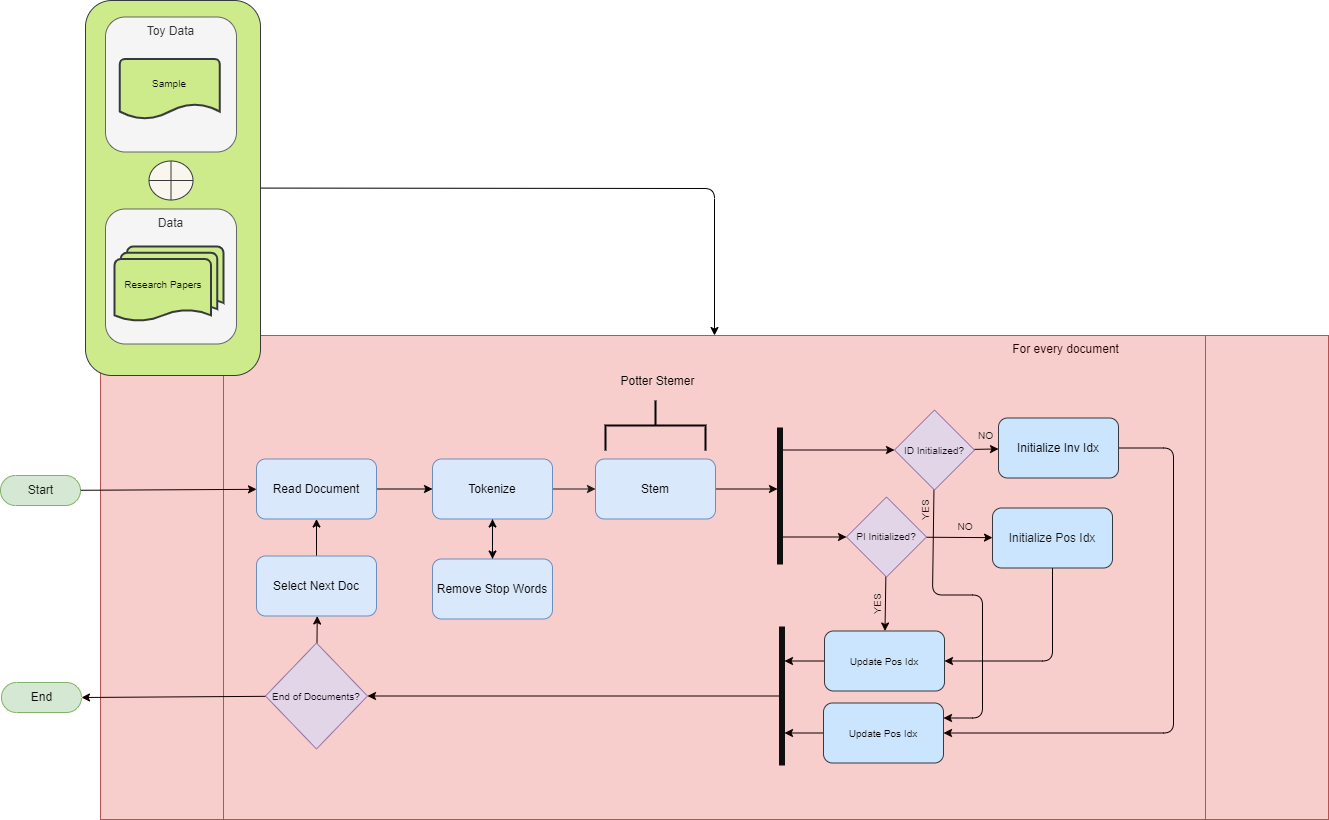
Earlier version of the draw.io export flows/data_flow-3.png (Ashad001/IR-Indexing). Source tidied: cells renumbered, new cells last; positions are measured from the earlier drawing's top-left corner, leaving out a move shared by most shapes. Source of this version:
```xml
<mxGraphModel background="#ffffff">
  <root>
    <mxCell id="0" />
    <mxCell id="1" parent="0" />
    <mxCell id="2" value="Start" style="html=1;dashed=0;whitespace=wrap;shape=mxgraph.dfd.start;fillColor=#d5e8d4;strokeColor=#82b366;fontColor=#121212;" parent="1" vertex="1">
      <mxGeometry y="475" width="80" height="30" as="geometry" />
    </mxCell>
    <mxCell id="3" value="&amp;nbsp; &amp;nbsp; &amp;nbsp; &amp;nbsp; &amp;nbsp; &amp;nbsp; &amp;nbsp; &amp;nbsp; &amp;nbsp; &amp;nbsp; &amp;nbsp; &amp;nbsp; &amp;nbsp; &amp;nbsp; &amp;nbsp; &amp;nbsp; &amp;nbsp; &amp;nbsp; &amp;nbsp; &amp;nbsp; &amp;nbsp; &amp;nbsp; &amp;nbsp; &amp;nbsp; &amp;nbsp; &amp;nbsp; &amp;nbsp; &amp;nbsp; &amp;nbsp; &amp;nbsp; &amp;nbsp; &amp;nbsp; &amp;nbsp; &amp;nbsp; &amp;nbsp; &amp;nbsp; &amp;nbsp; &amp;nbsp; &amp;nbsp; &amp;nbsp; &amp;nbsp; &amp;nbsp; &amp;nbsp; &amp;nbsp; &amp;nbsp; &amp;nbsp; &amp;nbsp; &amp;nbsp; &amp;nbsp; &amp;nbsp; &amp;nbsp; &amp;nbsp; &amp;nbsp; &amp;nbsp; &amp;nbsp; &amp;nbsp; &amp;nbsp; &amp;nbsp; &amp;nbsp; &amp;nbsp; &amp;nbsp; &amp;nbsp; &amp;nbsp; &amp;nbsp; &amp;nbsp; &amp;nbsp; &amp;nbsp; &amp;nbsp; &amp;nbsp; &amp;nbsp; &amp;nbsp; &amp;nbsp; &amp;nbsp; &amp;nbsp; &amp;nbsp; &amp;nbsp; &amp;nbsp; &amp;nbsp; &amp;nbsp; &amp;nbsp; &amp;nbsp; &amp;nbsp; &amp;nbsp; &amp;nbsp; &amp;nbsp; &amp;nbsp; &amp;nbsp; &amp;nbsp; &amp;nbsp; &amp;nbsp; &amp;nbsp; &amp;nbsp; &amp;nbsp; &amp;nbsp; &amp;nbsp; &amp;nbsp; &amp;nbsp; &amp;nbsp; &amp;nbsp; &amp;nbsp; &amp;nbsp; &amp;nbsp; &amp;nbsp; &amp;nbsp; &amp;nbsp; For every document" style="shape=process;whiteSpace=wrap;html=1;backgroundOutline=1;fillColor=#f8cecc;strokeColor=#b85450;verticalAlign=top;fontColor=#230101;" parent="1" vertex="1">
      <mxGeometry x="100" y="335" width="1228" height="484" as="geometry" />
    </mxCell>
    <mxCell id="4" style="edgeStyle=none;html=1;strokeColor=#000000;fontColor=#000000;" parent="1" edge="1" source="5" target="3">
      <mxGeometry relative="1" as="geometry">
        <Array as="points">
          <mxPoint x="714" y="188" />
        </Array>
      </mxGeometry>
    </mxCell>
    <mxCell id="5" style="rounded=1;whiteSpace=wrap;html=1;labelBorderColor=none;strokeColor=#36393d;fontSize=10;fillColor=#cdeb8b;" parent="1" vertex="1">
      <mxGeometry x="85" width="175" height="375" as="geometry" />
    </mxCell>
    <mxCell id="6" style="edgeStyle=none;html=1;strokeColor=#0f0000;fontColor=#230101;exitX=1;exitY=0.5;exitDx=0;exitDy=0;" parent="1" edge="1" source="47" target="14">
      <mxGeometry relative="1" as="geometry" />
    </mxCell>
    <mxCell id="7" style="edgeStyle=none;html=1;strokeColor=#000000;" parent="1" edge="1" source="8" target="46">
      <mxGeometry relative="1" as="geometry" />
    </mxCell>
    <mxCell id="8" value="Read Document" style="rounded=1;whiteSpace=wrap;html=1;fillColor=#dae8fc;strokeColor=#6c8ebf;fontColor=#000000;labelBorderColor=none;" parent="1" vertex="1">
      <mxGeometry x="256" y="458.5" width="120" height="60" as="geometry" />
    </mxCell>
    <mxCell id="9" value="Data" style="rounded=1;whiteSpace=wrap;html=1;fillColor=#f5f5f5;strokeColor=#666666;fontColor=#333333;verticalAlign=top;" parent="1" vertex="1">
      <mxGeometry x="105" y="208.5" width="131" height="135" as="geometry" />
    </mxCell>
    <mxCell id="10" style="edgeStyle=none;html=1;strokeColor=#0f0000;fontColor=#130101;" parent="1" edge="1" source="2" target="8">
      <mxGeometry relative="1" as="geometry" />
    </mxCell>
    <mxCell id="11" value="Toy Data" style="rounded=1;whiteSpace=wrap;html=1;fillColor=#f5f5f5;strokeColor=#666666;fontColor=#333333;verticalAlign=top;" parent="1" vertex="1">
      <mxGeometry x="105" y="16.5" width="131" height="135" as="geometry" />
    </mxCell>
    <mxCell id="12" style="edgeStyle=none;html=1;strokeColor=#0f0000;fontColor=#230101;entryX=0;entryY=0.5;entryDx=0;entryDy=0;" parent="1" edge="1" source="14" target="17">
      <mxGeometry relative="1" as="geometry" />
    </mxCell>
    <mxCell id="13" style="edgeStyle=none;html=1;entryX=0;entryY=0.5;entryDx=0;entryDy=0;strokeColor=#0f0000;fontSize=10;fontColor=#080808;" parent="1" edge="1" source="14" target="20">
      <mxGeometry relative="1" as="geometry" />
    </mxCell>
    <mxCell id="14" style="html=1;points=[];perimeter=orthogonalPerimeter;fillColor=strokeColor;fontColor=#230101;strokeColor=#100f0f;" parent="1" vertex="1">
      <mxGeometry x="777" y="427.5" width="5" height="136" as="geometry" />
    </mxCell>
    <mxCell id="15" style="edgeStyle=none;html=1;strokeColor=#0f0000;fontSize=10;fontColor=#0a0a0a;" parent="1" edge="1" source="17" target="24">
      <mxGeometry relative="1" as="geometry" />
    </mxCell>
    <mxCell id="16" style="edgeStyle=none;html=1;entryX=1;entryY=0.25;entryDx=0;entryDy=0;strokeColor=#0f0000;fontSize=10;fontColor=#080808;" parent="1" edge="1" source="17" target="31">
      <mxGeometry relative="1" as="geometry">
        <Array as="points">
          <mxPoint x="932" y="594.5" />
          <mxPoint x="982" y="594.5" />
          <mxPoint x="982" y="717.5" />
        </Array>
      </mxGeometry>
    </mxCell>
    <mxCell id="17" value="&lt;font style=&quot;font-size: 10px;&quot;&gt;ID Initialized?&lt;/font&gt;" style="rhombus;whiteSpace=wrap;html=1;fillColor=#e1d5e7;strokeColor=#9673a6;fontColor=#100f0f;" parent="1" vertex="1">
      <mxGeometry x="894" y="409.5" width="80" height="80" as="geometry" />
    </mxCell>
    <mxCell id="18" style="edgeStyle=none;html=1;strokeColor=#0f0000;fontSize=10;fontColor=#151414;" parent="1" edge="1" source="20" target="26">
      <mxGeometry relative="1" as="geometry" />
    </mxCell>
    <mxCell id="19" style="edgeStyle=none;html=1;strokeColor=#0f0000;fontSize=10;fontColor=#080808;" parent="1" edge="1" source="20" target="29">
      <mxGeometry relative="1" as="geometry" />
    </mxCell>
    <mxCell id="20" value="&lt;font style=&quot;font-size: 10px;&quot;&gt;PI Initialized?&lt;/font&gt;" style="rhombus;whiteSpace=wrap;html=1;fillColor=#e1d5e7;strokeColor=#9673a6;fontColor=#100f0f;" parent="1" vertex="1">
      <mxGeometry x="846" y="496.5" width="80" height="80" as="geometry" />
    </mxCell>
    <mxCell id="21" value="&amp;nbsp; &amp;nbsp;Research Papers" style="strokeWidth=2;html=1;shape=mxgraph.flowchart.multi-document;whiteSpace=wrap;strokeColor=#36393d;fontSize=10;fillColor=#cdeb8b;fontColor=#080707;align=left;" parent="1" vertex="1">
      <mxGeometry x="114" y="246" width="109" height="75.5" as="geometry" />
    </mxCell>
    <mxCell id="22" value="&lt;br&gt;Sample" style="strokeWidth=2;html=1;shape=mxgraph.flowchart.document2;whiteSpace=wrap;size=0.25;strokeColor=#36393d;fontSize=10;fillColor=#cdeb8b;fontColor=#0a0a0a;verticalAlign=top;" parent="1" vertex="1">
      <mxGeometry x="119.2" y="58.5" width="100" height="60" as="geometry" />
    </mxCell>
    <mxCell id="23" style="edgeStyle=none;html=1;entryX=1;entryY=0.5;entryDx=0;entryDy=0;strokeColor=#0f0000;fontSize=10;fontColor=#080808;" parent="1" edge="1" source="24" target="31">
      <mxGeometry relative="1" as="geometry">
        <Array as="points">
          <mxPoint x="1173" y="447.5" />
          <mxPoint x="1173" y="732.5" />
        </Array>
      </mxGeometry>
    </mxCell>
    <mxCell id="24" value="Initialize Inv Idx" style="rounded=1;whiteSpace=wrap;html=1;fillColor=#cce5ff;strokeColor=#36393d;fontColor=#000000;" parent="1" vertex="1">
      <mxGeometry x="998" y="417.5" width="120" height="60" as="geometry" />
    </mxCell>
    <mxCell id="25" style="edgeStyle=none;html=1;entryX=1;entryY=0.5;entryDx=0;entryDy=0;strokeColor=#0f0000;fontSize=10;fontColor=#080808;" parent="1" edge="1" source="26" target="29">
      <mxGeometry relative="1" as="geometry">
        <Array as="points">
          <mxPoint x="1052" y="660.5" />
        </Array>
      </mxGeometry>
    </mxCell>
    <mxCell id="26" value="Initialize Pos Idx" style="rounded=1;whiteSpace=wrap;html=1;fillColor=#cce5ff;strokeColor=#36393d;fontColor=#151414;" parent="1" vertex="1">
      <mxGeometry x="992" y="507.5" width="120" height="60" as="geometry" />
    </mxCell>
    <mxCell id="27" value="NO" style="text;html=1;strokeColor=none;fillColor=none;align=center;verticalAlign=middle;whiteSpace=wrap;rounded=0;labelBorderColor=none;fontSize=10;fontColor=#151414;" parent="1" vertex="1">
      <mxGeometry x="967" y="419.5" width="37" height="31" as="geometry" />
    </mxCell>
    <mxCell id="28" style="edgeStyle=none;html=1;strokeColor=#0f0000;fontSize=10;fontColor=#080808;" parent="1" edge="1" source="29" target="36">
      <mxGeometry relative="1" as="geometry" />
    </mxCell>
    <mxCell id="29" value="Update Pos Idx" style="rounded=1;whiteSpace=wrap;html=1;labelBorderColor=none;strokeColor=#36393d;fontSize=10;fillColor=#cce5ff;fontColor=#080808;" parent="1" vertex="1">
      <mxGeometry x="824" y="630.5" width="120" height="60" as="geometry" />
    </mxCell>
    <mxCell id="30" style="edgeStyle=none;html=1;strokeColor=#0f0000;fontSize=10;fontColor=#080808;" parent="1" edge="1" source="31" target="36">
      <mxGeometry relative="1" as="geometry" />
    </mxCell>
    <mxCell id="31" value="Update Pos Idx" style="rounded=1;whiteSpace=wrap;html=1;labelBorderColor=none;strokeColor=#36393d;fontSize=10;fillColor=#cce5ff;fontColor=#080808;" parent="1" vertex="1">
      <mxGeometry x="823" y="702.5" width="120" height="60" as="geometry" />
    </mxCell>
    <mxCell id="32" value="NO" style="text;html=1;strokeColor=none;fillColor=none;align=center;verticalAlign=middle;whiteSpace=wrap;rounded=0;labelBorderColor=none;fontSize=10;fontColor=#151414;" parent="1" vertex="1">
      <mxGeometry x="935" y="510.5" width="60" height="30" as="geometry" />
    </mxCell>
    <mxCell id="33" value="YES" style="text;html=1;strokeColor=none;fillColor=none;align=center;verticalAlign=middle;whiteSpace=wrap;rounded=0;labelBorderColor=none;fontSize=10;fontColor=#151414;horizontal=0;" parent="1" vertex="1">
      <mxGeometry x="894" y="494.5" width="60" height="30" as="geometry" />
    </mxCell>
    <mxCell id="34" value="YES" style="text;html=1;strokeColor=none;fillColor=none;align=center;verticalAlign=middle;whiteSpace=wrap;rounded=0;labelBorderColor=none;fontSize=10;fontColor=#151414;horizontal=0;" parent="1" vertex="1">
      <mxGeometry x="846" y="588.5" width="60" height="30" as="geometry" />
    </mxCell>
    <mxCell id="35" style="edgeStyle=none;html=1;strokeColor=#0f0000;fontSize=10;fontColor=#080808;" parent="1" edge="1" source="36" target="41">
      <mxGeometry relative="1" as="geometry" />
    </mxCell>
    <mxCell id="36" style="html=1;points=[];perimeter=orthogonalPerimeter;fillColor=strokeColor;fontColor=#230101;strokeColor=#100f0f;" parent="1" vertex="1">
      <mxGeometry x="779" y="626.5" width="5" height="138" as="geometry" />
    </mxCell>
    <mxCell id="37" style="verticalLabelPosition=bottom;verticalAlign=top;html=1;shape=mxgraph.flowchart.summing_function;labelBorderColor=none;strokeColor=#36393d;fontSize=10;fillColor=#f9f7ed;" parent="1" vertex="1">
      <mxGeometry x="148.5" y="160.5" width="44" height="39" as="geometry" />
    </mxCell>
    <mxCell id="38" value="End" style="html=1;dashed=0;whitespace=wrap;shape=mxgraph.dfd.start;fillColor=#d5e8d4;strokeColor=#82b366;fontColor=#080808;" parent="1" vertex="1">
      <mxGeometry x="1" y="682" width="80" height="30" as="geometry" />
    </mxCell>
    <mxCell id="39" style="edgeStyle=none;html=1;strokeColor=#0f0000;fontSize=10;fontColor=#080808;" parent="1" edge="1" source="41">
      <mxGeometry relative="1" as="geometry">
        <mxPoint x="316.7" y="615.5" as="targetPoint" />
      </mxGeometry>
    </mxCell>
    <mxCell id="40" style="edgeStyle=none;html=1;entryX=1;entryY=0.5;entryDx=0;entryDy=0;entryPerimeter=0;strokeColor=#0f0000;fontSize=10;fontColor=#080808;" parent="1" edge="1" source="41" target="38">
      <mxGeometry relative="1" as="geometry" />
    </mxCell>
    <mxCell id="41" value="&lt;font style=&quot;font-size: 10px;&quot;&gt;End of Documents?&lt;/font&gt;" style="rhombus;whiteSpace=wrap;html=1;fillColor=#e1d5e7;strokeColor=#9673a6;fontColor=#100f0f;" parent="1" vertex="1">
      <mxGeometry x="265" y="642.5" width="102" height="106" as="geometry" />
    </mxCell>
    <mxCell id="42" style="edgeStyle=none;html=1;strokeColor=#0f0000;fontSize=10;fontColor=#080808;" parent="1" edge="1" source="43" target="8">
      <mxGeometry relative="1" as="geometry" />
    </mxCell>
    <mxCell id="43" value="Select Next Doc" style="rounded=1;whiteSpace=wrap;html=1;fillColor=#dae8fc;strokeColor=#6c8ebf;fontColor=#000000;labelBorderColor=none;" parent="1" vertex="1">
      <mxGeometry x="256" y="555.5" width="120" height="60" as="geometry" />
    </mxCell>
    <mxCell id="44" style="edgeStyle=none;html=1;strokeColor=#1d1b1b;" parent="1" edge="1" source="46" target="47">
      <mxGeometry relative="1" as="geometry" />
    </mxCell>
    <mxCell id="45" style="edgeStyle=none;html=1;strokeColor=#000000;" parent="1" edge="1" source="46" target="49">
      <mxGeometry relative="1" as="geometry" />
    </mxCell>
    <mxCell id="46" value="Tokenize" style="whiteSpace=wrap;html=1;fillColor=#dae8fc;strokeColor=#6c8ebf;fontColor=#000000;rounded=1;labelBorderColor=none;" parent="1" vertex="1">
      <mxGeometry x="432" y="458.5" width="120" height="60" as="geometry" />
    </mxCell>
    <mxCell id="47" value="Stem" style="whiteSpace=wrap;html=1;fillColor=#dae8fc;strokeColor=#6c8ebf;fontColor=#000000;rounded=1;labelBorderColor=none;" parent="1" vertex="1">
      <mxGeometry x="595" y="458.5" width="120" height="60" as="geometry" />
    </mxCell>
    <mxCell id="48" style="edgeStyle=none;html=1;strokeColor=#000000;" parent="1" edge="1" source="49" target="46">
      <mxGeometry relative="1" as="geometry" />
    </mxCell>
    <mxCell id="49" value="Remove Stop Words" style="whiteSpace=wrap;html=1;fillColor=#dae8fc;strokeColor=#6c8ebf;fontColor=#000000;rounded=1;labelBorderColor=none;" parent="1" vertex="1">
      <mxGeometry x="432" y="558.5" width="120" height="60" as="geometry" />
    </mxCell>
    <mxCell id="50" style="strokeWidth=2;html=1;shape=mxgraph.flowchart.annotation_2;align=left;labelPosition=right;strokeColor=#000000;rotation=90;" parent="1" vertex="1">
      <mxGeometry x="630" y="375" width="50" height="100" as="geometry" />
    </mxCell>
    <mxCell id="51" value="Potter Stemer" style="text;html=1;strokeColor=none;fillColor=none;align=center;verticalAlign=middle;whiteSpace=wrap;rounded=0;fontColor=#000000;" parent="1" vertex="1">
      <mxGeometry x="608" y="368" width="99" height="25" as="geometry" />
    </mxCell>
  </root>
</mxGraphModel>
```
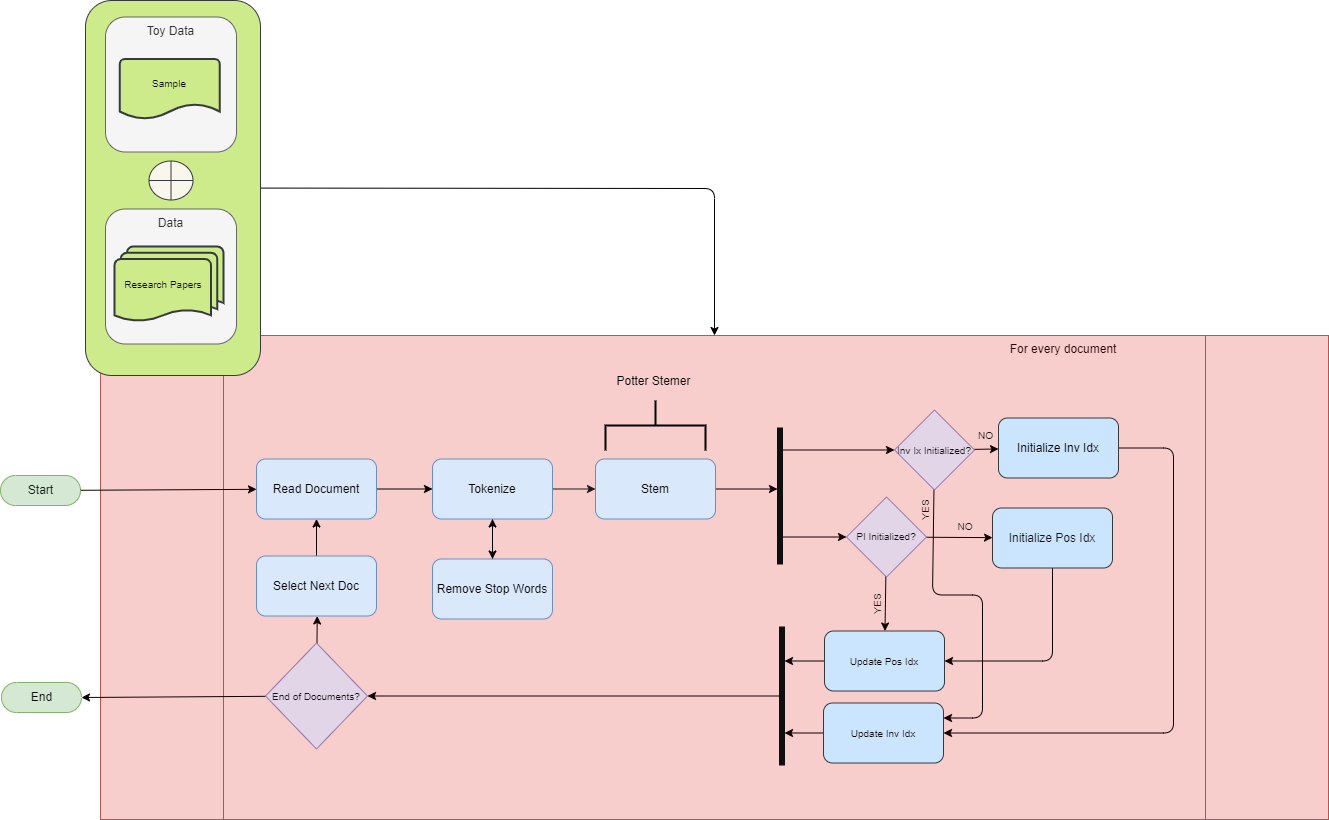
Above is the later version.

Change to the diagram source:
```diff
@@ -57,7 +57,7 @@
         </Array>
       </mxGeometry>
     </mxCell>
-    <mxCell id="17" value="&lt;font style=&quot;font-size: 10px;&quot;&gt;ID Initialized?&lt;/font&gt;" style="rhombus;whiteSpace=wrap;html=1;fillColor=#e1d5e7;strokeColor=#9673a6;fontColor=#100f0f;" parent="1" vertex="1">
+    <mxCell id="17" value="&lt;font style=&quot;font-size: 10px;&quot;&gt;Inv Ix Initialized?&lt;/font&gt;" style="rhombus;whiteSpace=wrap;html=1;fillColor=#e1d5e7;strokeColor=#9673a6;fontColor=#100f0f;" parent="1" vertex="1">
       <mxGeometry x="894" y="409.5" width="80" height="80" as="geometry" />
     </mxCell>
     <mxCell id="18" style="edgeStyle=none;html=1;strokeColor=#0f0000;fontSize=10;fontColor=#151414;" parent="1" edge="1" source="20" target="26">
@@ -108,7 +108,7 @@
     <mxCell id="30" style="edgeStyle=none;html=1;strokeColor=#0f0000;fontSize=10;fontColor=#080808;" parent="1" edge="1" source="31" target="36">
       <mxGeometry relative="1" as="geometry" />
     </mxCell>
-    <mxCell id="31" value="Update Pos Idx" style="rounded=1;whiteSpace=wrap;html=1;labelBorderColor=none;strokeColor=#36393d;fontSize=10;fillColor=#cce5ff;fontColor=#080808;" parent="1" vertex="1">
+    <mxCell id="31" value="Update Inv Idx" style="rounded=1;whiteSpace=wrap;html=1;labelBorderColor=none;strokeColor=#36393d;fontSize=10;fillColor=#cce5ff;fontColor=#080808;" parent="1" vertex="1">
       <mxGeometry x="823" y="702.5" width="120" height="60" as="geometry" />
     </mxCell>
     <mxCell id="32" value="NO" style="text;html=1;strokeColor=none;fillColor=none;align=center;verticalAlign=middle;whiteSpace=wrap;rounded=0;labelBorderColor=none;fontSize=10;fontColor=#151414;" parent="1" vertex="1">
@@ -171,7 +171,7 @@
       <mxGeometry x="630" y="375" width="50" height="100" as="geometry" />
     </mxCell>
     <mxCell id="51" value="Potter Stemer" style="text;html=1;strokeColor=none;fillColor=none;align=center;verticalAlign=middle;whiteSpace=wrap;rounded=0;fontColor=#000000;" parent="1" vertex="1">
-      <mxGeometry x="608" y="368" width="99" height="25" as="geometry" />
+      <mxGeometry x="604" y="368" width="99" height="25" as="geometry" />
     </mxCell>
   </root>
 </mxGraphModel>
```
